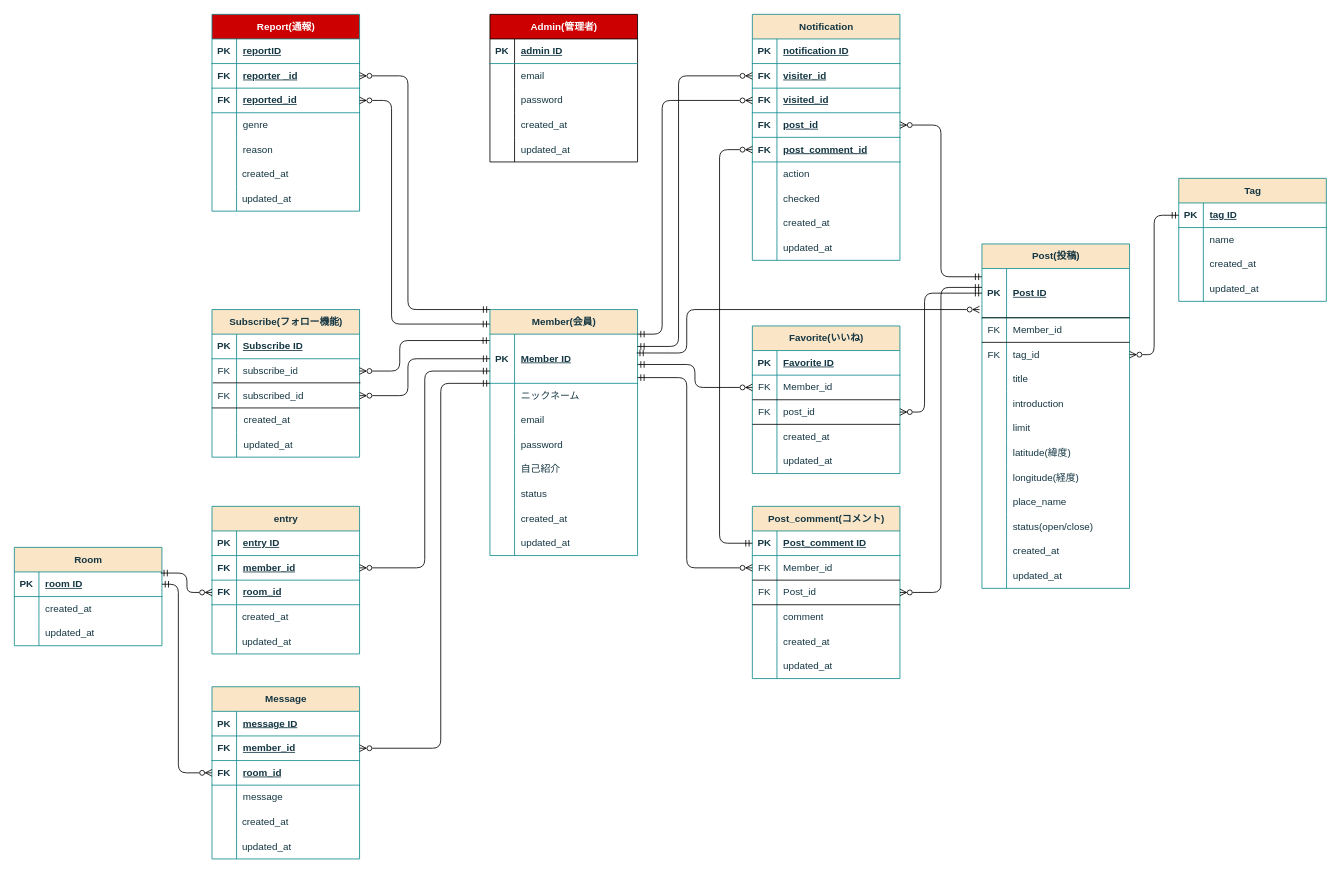
Above: Tabekiro-uo_ER_map.drawio in yuna096740/ER_practice (draw.io), before the change. Source tidied: cells renumbered, new cells numbered last; positions are measured from the earlier drawing's top-left corner, leaving out a move shared by most shapes. Both pictures are drawn from the tidied source at 82%, with x=0, y=0 at pixel (14, 14).
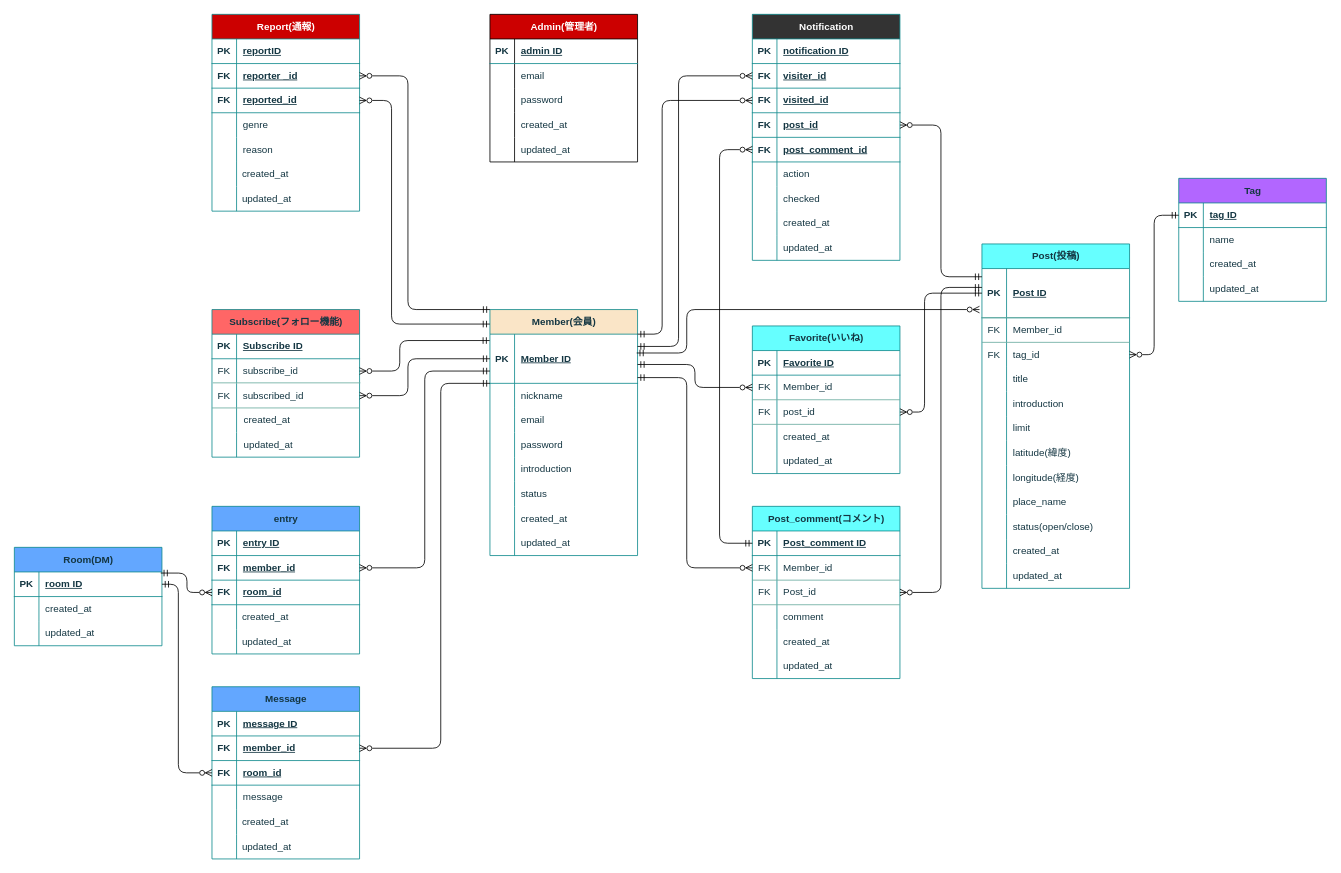
The same page after the edit.

Commit message (it also covers changes not shown here):
Tabekiro-uo_ER_map.drawio を更新します

Unchanged cells that the change refers to:
```xml
<mxCell id="76" style="shape=tableRow;horizontal=0;startSize=0;swimlaneHead=0;swimlaneBody=0;fillColor=none;points=[[0,0.5],[1,0.5]];portConstraint=eastwest;top=0;left=0;right=0;bottom=0;labelBackgroundColor=none;strokeColor=#0F8B8D;fontColor=#143642;rounded=0;" parent="69" vertex="1">
  <mxGeometry y="90" width="180" height="30" as="geometry" />
</mxCell>
<mxCell id="174" style="shape=tableRow;horizontal=0;startSize=0;swimlaneHead=0;swimlaneBody=0;fillColor=none;top=0;left=0;right=0;bottom=0;labelBackgroundColor=none;strokeColor=#0F8B8D;fontColor=#143642;rounded=0;" parent="170" vertex="1">
  <mxGeometry y="90" width="180" height="30" as="geometry" />
</mxCell>
<mxCell id="183" style="shape=tableRow;horizontal=0;startSize=0;swimlaneHead=0;swimlaneBody=0;fillColor=none;top=0;left=0;right=0;bottom=0;labelBackgroundColor=none;strokeColor=#0F8B8D;fontColor=#143642;rounded=0;" parent="170" vertex="1">
  <mxGeometry y="180" width="180" height="30" as="geometry" />
</mxCell>
```

The edit, as a diff of the source:
```diff
@@
-    <mxCell id="24" value="Subscribe(フォロー機能)" style="shape=table;startSize=30;childLayout=tableLayout;rowLines=0;fontStyle=1;align=center;html=1;labelBackgroundColor=none;fillColor=#FAE5C7;strokeColor=#0F8B8D;fontColor=#143642;rounded=0;" parent="1" vertex="1">
+    <mxCell id="24" value="Subscribe(フォロー機能)" style="shape=table;startSize=30;childLayout=tableLayout;rowLines=0;fontStyle=1;align=center;html=1;labelBackgroundColor=none;fillColor=#FF6666;strokeColor=#0F8B8D;fontColor=#143642;rounded=0;" parent="1" vertex="1">
       <mxGeometry x="241" y="360" width="180" height="180" as="geometry" />
     </mxCell>
@@
-    <mxCell id="40" value="entry" style="shape=table;startSize=30;childLayout=tableLayout;rowLines=0;fontStyle=1;align=center;html=1;labelBackgroundColor=none;fillColor=#FAE5C7;strokeColor=#0F8B8D;fontColor=#143642;rounded=0;" parent="1" vertex="1">
+    <mxCell id="40" value="entry" style="shape=table;startSize=30;childLayout=tableLayout;rowLines=0;fontStyle=1;align=center;html=1;labelBackgroundColor=none;fillColor=#63A7FF;strokeColor=#0F8B8D;fontColor=#143642;rounded=0;" parent="1" vertex="1">
       <mxGeometry x="241" y="600" width="180" height="180" as="geometry" />
     </mxCell>
@@
-    <mxCell id="56" value="Tag" style="shape=table;startSize=30;childLayout=tableLayout;rowLines=0;fontStyle=1;align=center;html=1;labelBackgroundColor=none;fillColor=#FAE5C7;strokeColor=#0F8B8D;fontColor=#143642;rounded=0;" parent="1" vertex="1">
+    <mxCell id="56" value="Tag" style="shape=table;startSize=30;childLayout=tableLayout;rowLines=0;fontStyle=1;align=center;html=1;labelBackgroundColor=none;fillColor=#B266FF;strokeColor=#0F8B8D;fontColor=#143642;rounded=0;" parent="1" vertex="1">
       <mxGeometry x="1420" y="200" width="180" height="150" as="geometry" />
     </mxCell>
@@
-    <mxCell id="69" value="Post_comment(コメント)" style="shape=table;startSize=30;childLayout=tableLayout;rowLines=0;fontStyle=1;align=center;html=1;labelBackgroundColor=none;fillColor=#FAE5C7;strokeColor=#0F8B8D;fontColor=#143642;rounded=0;" parent="1" vertex="1">
+    <mxCell id="69" value="Post_comment(コメント)" style="shape=table;startSize=30;childLayout=tableLayout;rowLines=0;fontStyle=1;align=center;html=1;labelBackgroundColor=none;fillColor=#66FFFF;strokeColor=#0F8B8D;fontColor=#143642;rounded=0;" parent="1" vertex="1">
       <mxGeometry x="900" y="600" width="180" height="210" as="geometry" />
     </mxCell>
@@
-    <mxCell id="88" value="Room" style="shape=table;startSize=30;childLayout=tableLayout;rowLines=0;fontStyle=1;align=center;html=1;labelBackgroundColor=none;fillColor=#FAE5C7;strokeColor=#0F8B8D;fontColor=#143642;rounded=0;" parent="1" vertex="1">
+    <mxCell id="88" value="Room(DM)" style="shape=table;startSize=30;childLayout=tableLayout;rowLines=0;fontStyle=1;align=center;html=1;labelBackgroundColor=none;fillColor=#63A7FF;strokeColor=#0F8B8D;fontColor=#143642;rounded=0;" parent="1" vertex="1">
       <mxGeometry y="650" width="180" height="120" as="geometry" />
     </mxCell>
@@
-    <mxCell id="98" value="Message" style="shape=table;startSize=30;childLayout=tableLayout;rowLines=0;fontStyle=1;align=center;html=1;labelBackgroundColor=none;fillColor=#FAE5C7;strokeColor=#0F8B8D;fontColor=#143642;rounded=0;" parent="1" vertex="1">
+    <mxCell id="98" value="Message" style="shape=table;startSize=30;childLayout=tableLayout;rowLines=0;fontStyle=1;align=center;html=1;labelBackgroundColor=none;fillColor=#63A7FF;strokeColor=#0F8B8D;fontColor=#143642;rounded=0;" parent="1" vertex="1">
       <mxGeometry x="241" y="820" width="180" height="210" as="geometry" />
     </mxCell>
@@
-    <mxCell id="117" value="Post(投稿)" style="shape=table;startSize=30;childLayout=tableLayout;rowLines=0;fontStyle=1;align=center;html=1;labelBackgroundColor=none;fillColor=#FAE5C7;strokeColor=#0F8B8D;fontColor=#143642;rounded=0;" parent="1" vertex="1">
+    <mxCell id="117" value="Post(投稿)" style="shape=table;startSize=30;childLayout=tableLayout;rowLines=0;fontStyle=1;align=center;html=1;labelBackgroundColor=none;fillColor=#66FFFF;strokeColor=#0F8B8D;fontColor=#143642;rounded=0;" parent="1" vertex="1">
       <mxGeometry x="1180" y="280" width="180" height="420" as="geometry" />
     </mxCell>
@@
-    <mxCell id="154" value="Favorite(いいね)" style="shape=table;startSize=30;childLayout=tableLayout;rowLines=0;fontStyle=1;align=center;html=1;labelBackgroundColor=none;fillColor=#FAE5C7;strokeColor=#0F8B8D;fontColor=#143642;rounded=0;" parent="1" vertex="1">
+    <mxCell id="154" value="Favorite(いいね)" style="shape=table;startSize=30;childLayout=tableLayout;rowLines=0;fontStyle=1;align=center;html=1;labelBackgroundColor=none;fillColor=#66FFFF;strokeColor=#0F8B8D;fontColor=#143642;rounded=0;" parent="1" vertex="1">
       <mxGeometry x="900" y="380" width="180" height="180" as="geometry" />
     </mxCell>
@@
-    <mxCell id="176" value="ニックネーム" style="shape=partialRectangle;fillColor=none;top=0;left=0;bottom=0;right=0;align=left;spacingLeft=6;overflow=hidden;whiteSpace=wrap;html=1;labelBackgroundColor=none;strokeColor=#0F8B8D;fontColor=#143642;rounded=0;" parent="174" vertex="1">
+    <mxCell id="176" value="nickname" style="shape=partialRectangle;fillColor=none;top=0;left=0;bottom=0;right=0;align=left;spacingLeft=6;overflow=hidden;whiteSpace=wrap;html=1;labelBackgroundColor=none;strokeColor=#0F8B8D;fontColor=#143642;rounded=0;" parent="174" vertex="1">
       <mxGeometry x="30" width="150" height="30" as="geometry" />
     </mxCell>
@@
-    <mxCell id="185" value="自己紹介" style="shape=partialRectangle;fillColor=none;top=0;left=0;bottom=0;right=0;align=left;spacingLeft=6;overflow=hidden;whiteSpace=wrap;html=1;labelBackgroundColor=none;strokeColor=#0F8B8D;fontColor=#143642;rounded=0;" parent="183" vertex="1">
+    <mxCell id="185" value="introduction" style="shape=partialRectangle;fillColor=none;top=0;left=0;bottom=0;right=0;align=left;spacingLeft=6;overflow=hidden;whiteSpace=wrap;html=1;labelBackgroundColor=none;strokeColor=#0F8B8D;fontColor=#143642;rounded=0;" parent="183" vertex="1">
       <mxGeometry x="30" width="150" height="30" as="geometry" />
     </mxCell>
@@
-    <mxCell id="220" style="endArrow=none;html=1;rounded=0;fontFamily=Helvetica;fontSize=12;fontColor=default;labelBackgroundColor=none;strokeColor=#000000;" parent="1" edge="1">
+    <mxCell id="220" style="endArrow=none;html=1;rounded=0;fontFamily=Helvetica;fontSize=12;fontColor=default;labelBackgroundColor=none;strokeColor=#67AB9F;" parent="1" edge="1">
       <mxGeometry relative="1" as="geometry">
         <mxPoint x="241" y="480" as="sourcePoint" />
         <mxPoint x="421" y="480" as="targetPoint" />
       </mxGeometry>
     </mxCell>
@@
-    <mxCell id="226" style="endArrow=none;html=1;" parent="1" edge="1" target="76">
+    <mxCell id="226" style="endArrow=none;html=1;strokeColor=#67AB9F;" parent="1" edge="1" target="76">
       <mxGeometry relative="1" as="geometry">
         <mxPoint x="900" y="720" as="sourcePoint" />
         <Array as="points">
           <mxPoint x="1080" y="720" />
         </Array>
       </mxGeometry>
     </mxCell>
-    <mxCell id="227" style="endArrow=none;html=1;" parent="1" edge="1">
+    <mxCell id="227" style="endArrow=none;html=1;strokeColor=#67AB9F;" parent="1" edge="1">
       <mxGeometry relative="1" as="geometry">
         <mxPoint x="900" y="470" as="sourcePoint" />
         <mxPoint x="1080" y="470" as="targetPoint" />
       </mxGeometry>
     </mxCell>
@@
-    <mxCell id="231" style="endArrow=none;html=1;" parent="1" edge="1">
+    <mxCell id="231" style="endArrow=none;html=1;strokeColor=#67AB9F;" parent="1" edge="1">
       <mxGeometry relative="1" as="geometry">
         <mxPoint x="900" y="500" as="sourcePoint" />
         <mxPoint x="1080" y="500" as="targetPoint" />
       </mxGeometry>
     </mxCell>
@@
-    <mxCell id="233" style="endArrow=none;html=1;" parent="1" edge="1">
+    <mxCell id="233" style="endArrow=none;html=1;strokeColor=#67AB9F;" parent="1" edge="1">
       <mxGeometry relative="1" as="geometry">
         <mxPoint x="1180" y="370" as="sourcePoint" />
         <mxPoint x="1360" y="370" as="targetPoint" />
       </mxGeometry>
     </mxCell>
@@
-    <mxCell id="237" style="endArrow=none;html=1;" parent="1" edge="1">
+    <mxCell id="237" style="endArrow=none;html=1;strokeColor=#67AB9F;" parent="1" edge="1">
       <mxGeometry relative="1" as="geometry">
         <mxPoint x="900" y="690" as="sourcePoint" />
         <mxPoint x="1080" y="690" as="targetPoint" />
       </mxGeometry>
     </mxCell>
-    <mxCell id="238" style="endArrow=none;html=1;" parent="1" edge="1">
+    <mxCell id="238" style="endArrow=none;html=1;strokeColor=#67AB9F;" parent="1" edge="1">
       <mxGeometry relative="1" as="geometry">
         <mxPoint x="1180" y="400" as="sourcePoint" />
         <mxPoint x="1360" y="400" as="targetPoint" />
       </mxGeometry>
     </mxCell>
@@
-    <mxCell id="247" value="Notification" style="shape=table;startSize=30;childLayout=tableLayout;rowLines=0;fontStyle=1;align=center;html=1;labelBackgroundColor=none;fillColor=#FAE5C7;strokeColor=#0F8B8D;fontColor=#143642;rounded=0;" parent="1" vertex="1">
+    <mxCell id="247" value="&lt;font color=&quot;#ffffff&quot;&gt;Notification&lt;/font&gt;" style="shape=table;startSize=30;childLayout=tableLayout;rowLines=0;fontStyle=1;align=center;html=1;labelBackgroundColor=none;fillColor=#333333;strokeColor=#0F8B8D;fontColor=#143642;rounded=0;" parent="1" vertex="1">
       <mxGeometry x="900" width="180" height="300" as="geometry" />
     </mxCell>
@@
-    <mxCell id="275" style="endArrow=none;html=1;rounded=0;fontFamily=Helvetica;fontSize=12;fontColor=default;labelBackgroundColor=none;strokeColor=#000000;" parent="1" edge="1">
+    <mxCell id="275" style="endArrow=none;html=1;rounded=0;fontFamily=Helvetica;fontSize=12;fontColor=default;labelBackgroundColor=none;strokeColor=#67AB9F;" parent="1" edge="1">
       <mxGeometry relative="1" as="geometry">
         <mxPoint x="242" y="449.4" as="sourcePoint" />
         <mxPoint x="422" y="449.4" as="targetPoint" />
       </mxGeometry>
     </mxCell>
```
